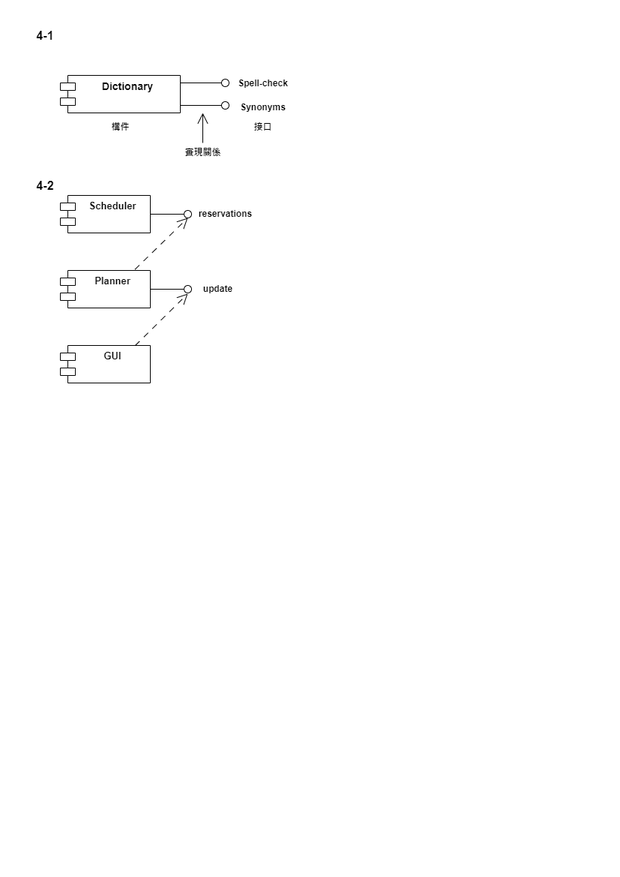
Above: 4-Instance.png in wei0728/UML-diagram (draw.io), before the change. Source tidied: cells renumbered, new cells last; positions are measured from the earlier drawing's top-left corner, leaving out a move shared by most shapes.
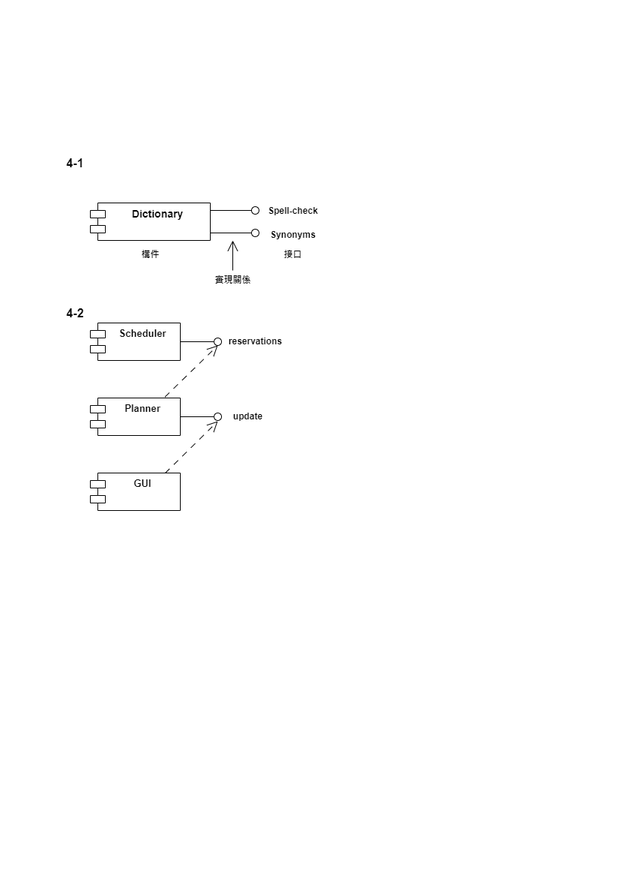
Above is the later version.

Diff of the diagram source:
```diff
@@ -5,18 +5,18 @@
     <mxCell id="2" value="&lt;b&gt;&lt;font style=&quot;font-size: 14px;&quot;&gt;Dictionary&lt;/font&gt;&lt;/b&gt;" style="shape=module;align=left;spacingLeft=20;align=center;verticalAlign=top;whiteSpace=wrap;html=1;" parent="1" vertex="1">
       <mxGeometry x="50" y="70" width="160" height="50" as="geometry" />
     </mxCell>
-    <mxCell id="3" style="rounded=0;orthogonalLoop=1;jettySize=auto;html=1;endArrow=oval;endFill=0;sketch=0;sourcePerimeterSpacing=0;targetPerimeterSpacing=0;endSize=10;" parent="1" edge="1">
-      <mxGeometry relative="1" as="geometry">
-        <mxPoint x="210" y="80" as="sourcePoint" />
-        <mxPoint x="270" y="80" as="targetPoint" />
-      </mxGeometry>
-    </mxCell>
-    <mxCell id="4" style="rounded=0;orthogonalLoop=1;jettySize=auto;html=1;endArrow=oval;endFill=0;sketch=0;sourcePerimeterSpacing=0;targetPerimeterSpacing=0;endSize=10;" parent="1" edge="1">
-      <mxGeometry relative="1" as="geometry">
-        <mxPoint x="210" y="110" as="sourcePoint" />
-        <mxPoint x="270" y="110" as="targetPoint" />
-      </mxGeometry>
-    </mxCell>
+    <mxCell id="22" style="rounded=0;orthogonalLoop=1;jettySize=auto;html=1;endArrow=oval;endFill=0;sketch=0;sourcePerimeterSpacing=0;targetPerimeterSpacing=0;endSize=10;" parent="1" edge="1">
+      <mxGeometry relative="1" as="geometry">
+        <mxPoint x="210" y="80" as="sourcePoint" />
+        <mxPoint x="270" y="80" as="targetPoint" />
+      </mxGeometry>
+    </mxCell>
+    <mxCell id="23" style="rounded=0;orthogonalLoop=1;jettySize=auto;html=1;endArrow=oval;endFill=0;sketch=0;sourcePerimeterSpacing=0;targetPerimeterSpacing=0;endSize=10;" parent="1" edge="1">
+      <mxGeometry relative="1" as="geometry">
+        <mxPoint x="210" y="110" as="sourcePoint" />
+        <mxPoint x="270" y="110" as="targetPoint" />
+      </mxGeometry>
+    </mxCell>
     <mxCell id="5" value="Spell-check" style="text;align=center;fontStyle=1;verticalAlign=middle;spacingLeft=3;spacingRight=3;strokeColor=none;html=1;" parent="1" vertex="1">
       <mxGeometry x="280" y="68" width="80" height="26" as="geometry" />
     </mxCell>
@@ -32,12 +32,12 @@
     <mxCell id="9" value="實現關係" style="text;align=center;fontStyle=1;verticalAlign=middle;spacingLeft=3;spacingRight=3;strokeColor=none;html=1;" parent="1" vertex="1">
       <mxGeometry x="200" y="160" width="80" height="26" as="geometry" />
     </mxCell>
-    <mxCell id="10" style="endArrow=open;endFill=1;endSize=12;html=1;rounded=0;" parent="1" edge="1">
-      <mxGeometry relative="1" as="geometry">
-        <mxPoint x="240" y="160" as="sourcePoint" />
-        <mxPoint x="240" y="120" as="targetPoint" />
-      </mxGeometry>
-    </mxCell>
+    <mxCell id="24" style="endArrow=open;endFill=1;endSize=12;html=1;rounded=0;" parent="1" edge="1">
+      <mxGeometry relative="1" as="geometry">
+        <mxPoint x="240" y="160" as="sourcePoint" />
+        <mxPoint x="240" y="120" as="targetPoint" />
+      </mxGeometry>
+    </mxCell>
     <mxCell id="11" value="&lt;h1&gt;&lt;font style=&quot;font-size: 16px;&quot;&gt;4-1&lt;/font&gt;&lt;/h1&gt;" style="text;html=1;strokeColor=none;fillColor=none;align=center;verticalAlign=middle;whiteSpace=wrap;rounded=0;" parent="1" vertex="1">
       <mxGeometry width="60" height="30" as="geometry" />
     </mxCell>
@@ -53,27 +53,27 @@
     <mxCell id="15" value="&lt;b&gt;&lt;font style=&quot;font-size: 13px;&quot;&gt;Scheduler&lt;/font&gt;&lt;/b&gt;" style="shape=module;align=left;spacingLeft=20;align=center;verticalAlign=top;whiteSpace=wrap;html=1;" parent="1" vertex="1">
       <mxGeometry x="50" y="230" width="120" height="50" as="geometry" />
     </mxCell>
-    <mxCell id="16" style="rounded=0;jettySize=auto;html=1;endArrow=oval;endFill=0;sketch=0;sourcePerimeterSpacing=0;targetPerimeterSpacing=0;endSize=10;exitX=1;exitY=0.5;exitDx=0;exitDy=0;" parent="1" edge="1" source="15">
-      <mxGeometry relative="1" as="geometry">
-        <mxPoint x="220" y="255" as="targetPoint" />
-      </mxGeometry>
-    </mxCell>
-    <mxCell id="17" style="rounded=0;jettySize=auto;html=1;endArrow=oval;endFill=0;sketch=0;sourcePerimeterSpacing=0;targetPerimeterSpacing=0;endSize=10;exitX=1;exitY=0.5;exitDx=0;exitDy=0;" parent="1" edge="1" source="14">
-      <mxGeometry relative="1" as="geometry">
-        <mxPoint x="220" y="355" as="targetPoint" />
-      </mxGeometry>
-    </mxCell>
-    <mxCell id="18" style="endArrow=open;endFill=1;endSize=12;html=1;rounded=0;exitX=0.83;exitY=-0.028;exitDx=0;exitDy=0;exitPerimeter=0;dashed=1;dashPattern=8 8;" parent="1" edge="1" source="14">
-      <mxGeometry relative="1" as="geometry">
-        <mxPoint x="220" y="260" as="targetPoint" />
-      </mxGeometry>
-    </mxCell>
-    <mxCell id="19" style="endArrow=open;endFill=1;endSize=12;html=1;rounded=0;exitX=0.83;exitY=-0.028;exitDx=0;exitDy=0;exitPerimeter=0;dashed=1;dashPattern=8 8;" parent="1" edge="1">
-      <mxGeometry relative="1" as="geometry">
-        <mxPoint x="150" y="430" as="sourcePoint" />
-        <mxPoint x="220" y="361" as="targetPoint" />
-      </mxGeometry>
-    </mxCell>
+    <mxCell id="25" style="rounded=0;jettySize=auto;html=1;endArrow=oval;endFill=0;sketch=0;sourcePerimeterSpacing=0;targetPerimeterSpacing=0;endSize=10;exitX=1;exitY=0.5;exitDx=0;exitDy=0;" parent="1" edge="1" source="15">
+      <mxGeometry relative="1" as="geometry">
+        <mxPoint x="220" y="255" as="targetPoint" />
+      </mxGeometry>
+    </mxCell>
+    <mxCell id="26" style="rounded=0;jettySize=auto;html=1;endArrow=oval;endFill=0;sketch=0;sourcePerimeterSpacing=0;targetPerimeterSpacing=0;endSize=10;exitX=1;exitY=0.5;exitDx=0;exitDy=0;" parent="1" edge="1" source="14">
+      <mxGeometry relative="1" as="geometry">
+        <mxPoint x="220" y="355" as="targetPoint" />
+      </mxGeometry>
+    </mxCell>
+    <mxCell id="27" style="endArrow=open;endFill=1;endSize=12;html=1;rounded=0;exitX=0.83;exitY=-0.028;exitDx=0;exitDy=0;exitPerimeter=0;dashed=1;dashPattern=8 8;" parent="1" edge="1" source="14">
+      <mxGeometry relative="1" as="geometry">
+        <mxPoint x="220" y="260" as="targetPoint" />
+      </mxGeometry>
+    </mxCell>
+    <mxCell id="28" style="endArrow=open;endFill=1;endSize=12;html=1;rounded=0;exitX=0.83;exitY=-0.028;exitDx=0;exitDy=0;exitPerimeter=0;dashed=1;dashPattern=8 8;" parent="1" edge="1">
+      <mxGeometry relative="1" as="geometry">
+        <mxPoint x="150" y="430" as="sourcePoint" />
+        <mxPoint x="220" y="361" as="targetPoint" />
+      </mxGeometry>
+    </mxCell>
     <mxCell id="20" value="reservations" style="text;align=center;fontStyle=1;verticalAlign=middle;spacingLeft=3;spacingRight=3;strokeColor=none;html=1;" parent="1" vertex="1">
       <mxGeometry x="230" y="242" width="80" height="26" as="geometry" />
     </mxCell>
```
